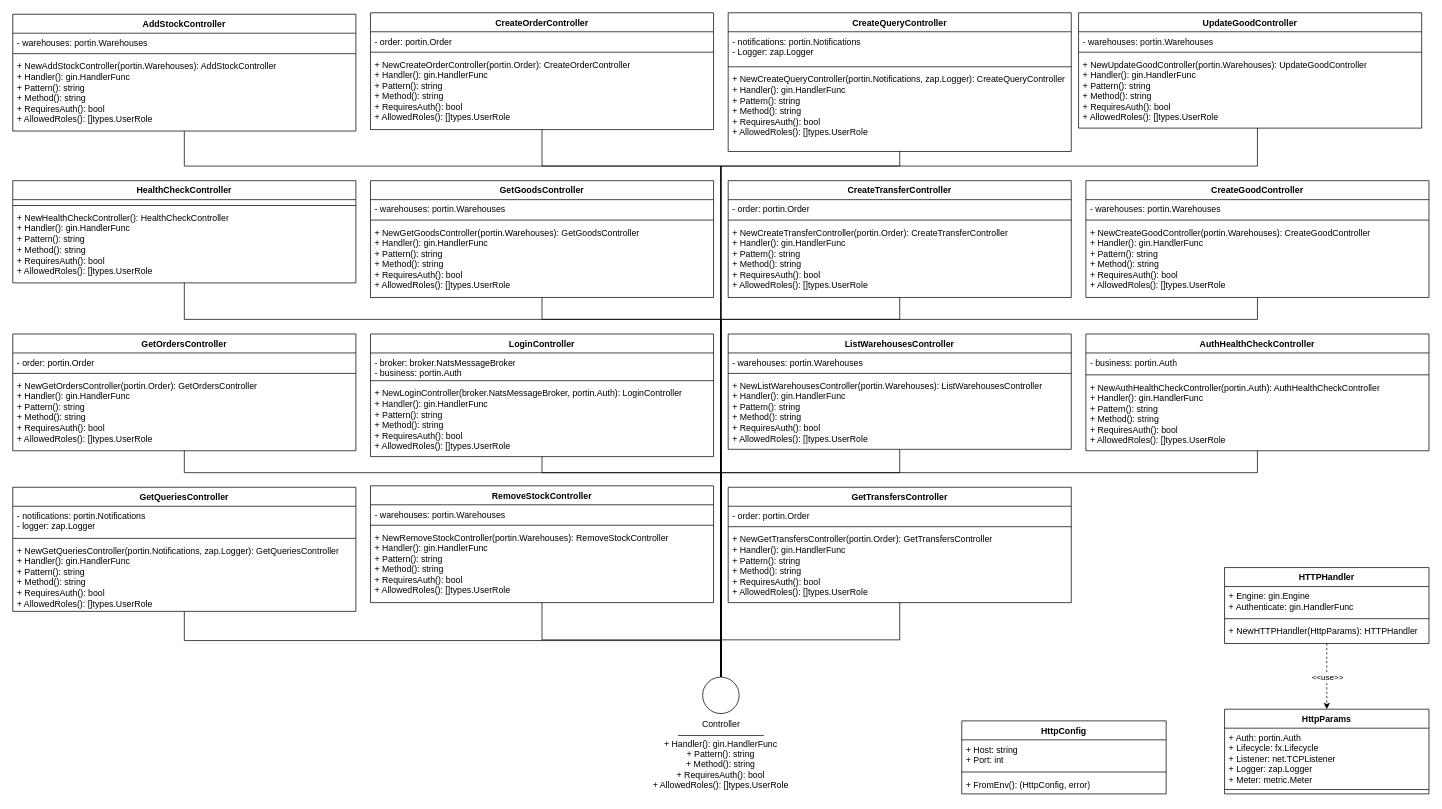
The draw.io diagram page "adapterin" (3 of 4) of assets/drawio/apigateway.drawio in alimitedgroup/alimitedgroup.github.io, before the edit. Source tidied: cells renumbered, new cells numbered last; positions are measured from the earlier drawing's top-left corner, leaving out a move shared by most shapes. Both pictures are drawn from the tidied source at 73%, with x=0, y=0 at pixel (12, 12).
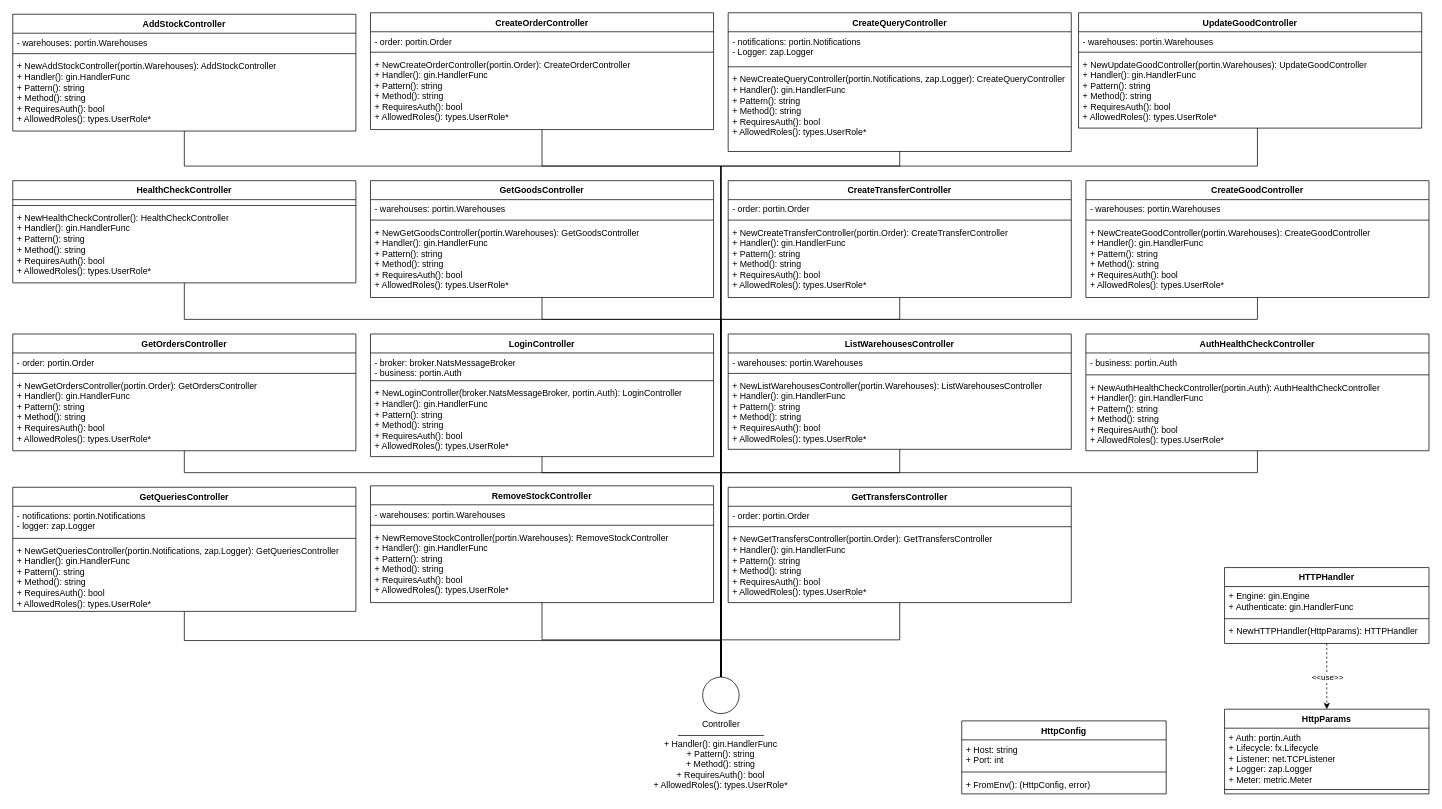
Above is the later version.

Commit message (it also covers changes not shown here):
fix array types in UML

The change refers to these unchanged cells:
```xml
<mxCell id="3" value="AddStockController" style="swimlane;fontStyle=1;align=center;verticalAlign=top;horizontal=1;startSize=26;whiteSpace=wrap;html=1;" parent="1" vertex="1">
  <mxGeometry y="2" width="470" height="160" as="geometry" />
</mxCell>
<mxCell id="8" value="CreateGoodController" style="swimlane;fontStyle=1;align=center;verticalAlign=top;horizontal=1;startSize=26;whiteSpace=wrap;html=1;" parent="1" vertex="1">
  <mxGeometry x="1470" y="230" width="470" height="160" as="geometry" />
</mxCell>
<mxCell id="13" value="CreateOrderController" style="swimlane;fontStyle=1;align=center;verticalAlign=top;horizontal=1;startSize=26;whiteSpace=wrap;html=1;" parent="1" vertex="1">
  <mxGeometry x="490" width="470" height="160" as="geometry" />
</mxCell>
<mxCell id="18" value="CreateQueryController" style="swimlane;fontStyle=1;align=center;verticalAlign=top;horizontal=1;startSize=26;whiteSpace=wrap;html=1;" parent="1" vertex="1">
  <mxGeometry x="980" width="470" height="190" as="geometry" />
</mxCell>
<mxCell id="23" value="CreateTransferController" style="swimlane;fontStyle=1;align=center;verticalAlign=top;horizontal=1;startSize=26;whiteSpace=wrap;html=1;" parent="1" vertex="1">
  <mxGeometry x="980" y="230" width="470" height="160" as="geometry" />
</mxCell>
<mxCell id="28" value="GetGoodsController" style="swimlane;fontStyle=1;align=center;verticalAlign=top;horizontal=1;startSize=26;whiteSpace=wrap;html=1;" parent="1" vertex="1">
  <mxGeometry x="490" y="230" width="470" height="160" as="geometry" />
</mxCell>
<mxCell id="33" value="HealthCheckController" style="swimlane;fontStyle=1;align=center;verticalAlign=top;horizontal=1;startSize=26;whiteSpace=wrap;html=1;" parent="1" vertex="1">
  <mxGeometry y="230" width="470" height="140" as="geometry" />
</mxCell>
<mxCell id="50" value="AuthHealthCheckController" style="swimlane;fontStyle=1;align=center;verticalAlign=top;horizontal=1;startSize=26;whiteSpace=wrap;html=1;" parent="1" vertex="1">
  <mxGeometry x="1470" y="440" width="470" height="160" as="geometry" />
</mxCell>
<mxCell id="55" value="ListWarehousesController" style="swimlane;fontStyle=1;align=center;verticalAlign=top;horizontal=1;startSize=26;whiteSpace=wrap;html=1;" parent="1" vertex="1">
  <mxGeometry x="980" y="440" width="470" height="158" as="geometry" />
</mxCell>
<mxCell id="60" value="LoginController" style="swimlane;fontStyle=1;align=center;verticalAlign=top;horizontal=1;startSize=26;whiteSpace=wrap;html=1;" parent="1" vertex="1">
  <mxGeometry x="490" y="440" width="470" height="168" as="geometry" />
</mxCell>
<mxCell id="65" value="GetOrdersController" style="swimlane;fontStyle=1;align=center;verticalAlign=top;horizontal=1;startSize=26;whiteSpace=wrap;html=1;" parent="1" vertex="1">
  <mxGeometry y="440" width="470" height="160" as="geometry" />
</mxCell>
<mxCell id="70" value="GetQueriesController" style="swimlane;fontStyle=1;align=center;verticalAlign=top;horizontal=1;startSize=26;whiteSpace=wrap;html=1;" parent="1" vertex="1">
  <mxGeometry y="650" width="470" height="170" as="geometry" />
</mxCell>
<mxCell id="75" value="RemoveStockController" style="swimlane;fontStyle=1;align=center;verticalAlign=top;horizontal=1;startSize=26;whiteSpace=wrap;html=1;" parent="1" vertex="1">
  <mxGeometry x="490" y="648" width="470" height="160" as="geometry" />
</mxCell>
<mxCell id="80" value="GetTransfersController" style="swimlane;fontStyle=1;align=center;verticalAlign=top;horizontal=1;startSize=26;whiteSpace=wrap;html=1;" parent="1" vertex="1">
  <mxGeometry x="980" y="650" width="470" height="158" as="geometry" />
</mxCell>
<mxCell id="85" value="UpdateGoodController" style="swimlane;fontStyle=1;align=center;verticalAlign=top;horizontal=1;startSize=26;whiteSpace=wrap;html=1;" parent="1" vertex="1">
  <mxGeometry x="1460" width="470" height="158" as="geometry" />
</mxCell>
```

Change to the diagram source:
```diff
@@
-    <mxCell id="6" value="+ NewAddStockController(portin.Warehouses): AddStockController&lt;br&gt;+ Handler(): gin.HandlerFunc&lt;br&gt;+ Pattern(): string&lt;br&gt;+ Method(): string&lt;br&gt;+ RequiresAuth(): bool&lt;br&gt;+ AllowedRoles(): []types.UserRole" style="text;strokeColor=none;fillColor=none;align=left;verticalAlign=top;spacingLeft=4;spacingRight=4;overflow=hidden;whiteSpace=wrap;html=1;" parent="3" vertex="1">
+    <mxCell id="6" value="+ NewAddStockController(portin.Warehouses): AddStockController&lt;br&gt;+ Handler(): gin.HandlerFunc&lt;br&gt;+ Pattern(): string&lt;br&gt;+ Method(): string&lt;br&gt;+ RequiresAuth(): bool&lt;br&gt;+ AllowedRoles(): types.UserRole*" style="text;strokeColor=none;fillColor=none;align=left;verticalAlign=top;spacingLeft=4;spacingRight=4;overflow=hidden;whiteSpace=wrap;html=1;" parent="3" vertex="1">
       <mxGeometry y="58" width="470" height="102" as="geometry" />
     </mxCell>
@@
-    <mxCell id="11" value="+ NewCreateGoodController(portin.Warehouses): CreateGoodController&lt;br&gt;+ Handler(): gin.HandlerFunc&lt;br&gt;+ Pattern(): string&lt;br&gt;+ Method(): string&lt;br&gt;+ RequiresAuth(): bool&lt;br&gt;+ AllowedRoles(): []types.UserRole" style="text;strokeColor=none;fillColor=none;align=left;verticalAlign=top;spacingLeft=4;spacingRight=4;overflow=hidden;whiteSpace=wrap;html=1;" parent="8" vertex="1">
+    <mxCell id="11" value="+ NewCreateGoodController(portin.Warehouses): CreateGoodController&lt;br&gt;+ Handler(): gin.HandlerFunc&lt;br&gt;+ Pattern(): string&lt;br&gt;+ Method(): string&lt;br&gt;+ RequiresAuth(): bool&lt;br&gt;+ AllowedRoles(): types.UserRole*" style="text;strokeColor=none;fillColor=none;align=left;verticalAlign=top;spacingLeft=4;spacingRight=4;overflow=hidden;whiteSpace=wrap;html=1;" parent="8" vertex="1">
       <mxGeometry y="58" width="470" height="102" as="geometry" />
     </mxCell>
@@
-    <mxCell id="16" value="+ NewCreateOrderController(portin.Order): CreateOrderController&lt;br&gt;+ Handler(): gin.HandlerFunc&lt;br&gt;+ Pattern(): string&lt;br&gt;+ Method(): string&lt;br&gt;+ RequiresAuth(): bool&lt;br&gt;+ AllowedRoles(): []types.UserRole" style="text;strokeColor=none;fillColor=none;align=left;verticalAlign=top;spacingLeft=4;spacingRight=4;overflow=hidden;whiteSpace=wrap;html=1;" parent="13" vertex="1">
+    <mxCell id="16" value="+ NewCreateOrderController(portin.Order): CreateOrderController&lt;br&gt;+ Handler(): gin.HandlerFunc&lt;br&gt;+ Pattern(): string&lt;br&gt;+ Method(): string&lt;br&gt;+ RequiresAuth(): bool&lt;br&gt;+ AllowedRoles(): types.UserRole*" style="text;strokeColor=none;fillColor=none;align=left;verticalAlign=top;spacingLeft=4;spacingRight=4;overflow=hidden;whiteSpace=wrap;html=1;" parent="13" vertex="1">
       <mxGeometry y="58" width="470" height="102" as="geometry" />
     </mxCell>
@@
-    <mxCell id="21" value="+ NewCreateQueryController(portin.Notifications, zap.Logger): CreateQueryController&lt;br&gt;+ Handler(): gin.HandlerFunc&lt;br&gt;+ Pattern(): string&lt;br&gt;+ Method(): string&lt;br&gt;+ RequiresAuth(): bool&lt;br&gt;+ AllowedRoles(): []types.UserRole" style="text;strokeColor=none;fillColor=none;align=left;verticalAlign=top;spacingLeft=4;spacingRight=4;overflow=hidden;whiteSpace=wrap;html=1;" parent="18" vertex="1">
+    <mxCell id="21" value="+ NewCreateQueryController(portin.Notifications, zap.Logger): CreateQueryController&lt;br&gt;+ Handler(): gin.HandlerFunc&lt;br&gt;+ Pattern(): string&lt;br&gt;+ Method(): string&lt;br&gt;+ RequiresAuth(): bool&lt;br&gt;+ AllowedRoles(): types.UserRole*" style="text;strokeColor=none;fillColor=none;align=left;verticalAlign=top;spacingLeft=4;spacingRight=4;overflow=hidden;whiteSpace=wrap;html=1;" parent="18" vertex="1">
       <mxGeometry y="78" width="470" height="112" as="geometry" />
     </mxCell>
@@
-    <mxCell id="26" value="+ NewCreateTransferController(portin.Order): CreateTransferController&lt;br&gt;+ Handler(): gin.HandlerFunc&lt;br&gt;+ Pattern(): string&lt;br&gt;+ Method(): string&lt;br&gt;+ RequiresAuth(): bool&lt;br&gt;+ AllowedRoles(): []types.UserRole" style="text;strokeColor=none;fillColor=none;align=left;verticalAlign=top;spacingLeft=4;spacingRight=4;overflow=hidden;whiteSpace=wrap;html=1;" parent="23" vertex="1">
+    <mxCell id="26" value="+ NewCreateTransferController(portin.Order): CreateTransferController&lt;br&gt;+ Handler(): gin.HandlerFunc&lt;br&gt;+ Pattern(): string&lt;br&gt;+ Method(): string&lt;br&gt;+ RequiresAuth(): bool&lt;br&gt;+ AllowedRoles(): types.UserRole*" style="text;strokeColor=none;fillColor=none;align=left;verticalAlign=top;spacingLeft=4;spacingRight=4;overflow=hidden;whiteSpace=wrap;html=1;" parent="23" vertex="1">
       <mxGeometry y="58" width="470" height="102" as="geometry" />
     </mxCell>
@@
-    <mxCell id="31" value="+ NewGetGoodsController(portin.Warehouses): GetGoodsController&lt;br&gt;+ Handler(): gin.HandlerFunc&lt;br&gt;+ Pattern(): string&lt;br&gt;+ Method(): string&lt;br&gt;+ RequiresAuth(): bool&lt;br&gt;+ AllowedRoles(): []types.UserRole" style="text;strokeColor=none;fillColor=none;align=left;verticalAlign=top;spacingLeft=4;spacingRight=4;overflow=hidden;whiteSpace=wrap;html=1;" parent="28" vertex="1">
+    <mxCell id="31" value="+ NewGetGoodsController(portin.Warehouses): GetGoodsController&lt;br&gt;+ Handler(): gin.HandlerFunc&lt;br&gt;+ Pattern(): string&lt;br&gt;+ Method(): string&lt;br&gt;+ RequiresAuth(): bool&lt;br&gt;+ AllowedRoles(): types.UserRole*" style="text;strokeColor=none;fillColor=none;align=left;verticalAlign=top;spacingLeft=4;spacingRight=4;overflow=hidden;whiteSpace=wrap;html=1;" parent="28" vertex="1">
       <mxGeometry y="58" width="470" height="102" as="geometry" />
     </mxCell>
@@
-    <mxCell id="36" value="+ NewHealthCheckController(): HealthCheckController&lt;br&gt;+ Handler(): gin.HandlerFunc&lt;br&gt;+ Pattern(): string&lt;br&gt;+ Method(): string&lt;br&gt;+ RequiresAuth(): bool&lt;br&gt;+ AllowedRoles(): []types.UserRole" style="text;strokeColor=none;fillColor=none;align=left;verticalAlign=top;spacingLeft=4;spacingRight=4;overflow=hidden;whiteSpace=wrap;html=1;" parent="33" vertex="1">
+    <mxCell id="36" value="+ NewHealthCheckController(): HealthCheckController&lt;br&gt;+ Handler(): gin.HandlerFunc&lt;br&gt;+ Pattern(): string&lt;br&gt;+ Method(): string&lt;br&gt;+ RequiresAuth(): bool&lt;br&gt;+ AllowedRoles(): types.UserRole*" style="text;strokeColor=none;fillColor=none;align=left;verticalAlign=top;spacingLeft=4;spacingRight=4;overflow=hidden;whiteSpace=wrap;html=1;" parent="33" vertex="1">
       <mxGeometry y="38" width="470" height="102" as="geometry" />
     </mxCell>
@@
-    <mxCell id="53" value="+ NewAuthHealthCheckController(portin.Auth): AuthHealthCheckController&lt;br&gt;+ Handler(): gin.HandlerFunc&lt;br&gt;+ Pattern(): string&lt;br&gt;+ Method(): string&lt;br&gt;+ RequiresAuth(): bool&lt;br&gt;+ AllowedRoles(): []types.UserRole" style="text;strokeColor=none;fillColor=none;align=left;verticalAlign=top;spacingLeft=4;spacingRight=4;overflow=hidden;whiteSpace=wrap;html=1;" parent="50" vertex="1">
+    <mxCell id="53" value="+ NewAuthHealthCheckController(portin.Auth): AuthHealthCheckController&lt;br&gt;+ Handler(): gin.HandlerFunc&lt;br&gt;+ Pattern(): string&lt;br&gt;+ Method(): string&lt;br&gt;+ RequiresAuth(): bool&lt;br&gt;+ AllowedRoles(): types.UserRole*" style="text;strokeColor=none;fillColor=none;align=left;verticalAlign=top;spacingLeft=4;spacingRight=4;overflow=hidden;whiteSpace=wrap;html=1;" parent="50" vertex="1">
       <mxGeometry y="60" width="470" height="100" as="geometry" />
     </mxCell>
@@
-    <mxCell id="58" value="+ NewListWarehousesController(portin.Warehouses): ListWarehousesController&lt;br&gt;+ Handler(): gin.HandlerFunc&lt;br&gt;+ Pattern(): string&lt;br&gt;+ Method(): string&lt;br&gt;+ RequiresAuth(): bool&lt;br&gt;+ AllowedRoles(): []types.UserRole" style="text;strokeColor=none;fillColor=none;align=left;verticalAlign=top;spacingLeft=4;spacingRight=4;overflow=hidden;whiteSpace=wrap;html=1;" parent="55" vertex="1">
+    <mxCell id="58" value="+ NewListWarehousesController(portin.Warehouses): ListWarehousesController&lt;br&gt;+ Handler(): gin.HandlerFunc&lt;br&gt;+ Pattern(): string&lt;br&gt;+ Method(): string&lt;br&gt;+ RequiresAuth(): bool&lt;br&gt;+ AllowedRoles(): types.UserRole*" style="text;strokeColor=none;fillColor=none;align=left;verticalAlign=top;spacingLeft=4;spacingRight=4;overflow=hidden;whiteSpace=wrap;html=1;" parent="55" vertex="1">
       <mxGeometry y="58" width="470" height="100" as="geometry" />
     </mxCell>
@@
-    <mxCell id="63" value="+ NewLoginController(broker.NatsMessageBroker, portin.Auth): LoginController&lt;br&gt;+ Handler(): gin.HandlerFunc&lt;br&gt;+ Pattern(): string&lt;br&gt;+ Method(): string&lt;br&gt;+ RequiresAuth(): bool&lt;br&gt;+ AllowedRoles(): []types.UserRole" style="text;strokeColor=none;fillColor=none;align=left;verticalAlign=top;spacingLeft=4;spacingRight=4;overflow=hidden;whiteSpace=wrap;html=1;" parent="60" vertex="1">
+    <mxCell id="63" value="+ NewLoginController(broker.NatsMessageBroker, portin.Auth): LoginController&lt;br&gt;+ Handler(): gin.HandlerFunc&lt;br&gt;+ Pattern(): string&lt;br&gt;+ Method(): string&lt;br&gt;+ RequiresAuth(): bool&lt;br&gt;+ AllowedRoles(): types.UserRole*" style="text;strokeColor=none;fillColor=none;align=left;verticalAlign=top;spacingLeft=4;spacingRight=4;overflow=hidden;whiteSpace=wrap;html=1;" parent="60" vertex="1">
       <mxGeometry y="68" width="470" height="100" as="geometry" />
     </mxCell>
@@
-    <mxCell id="68" value="+ NewGetOrdersController(portin.Order): GetOrdersController&lt;br&gt;+ Handler(): gin.HandlerFunc&lt;br&gt;+ Pattern(): string&lt;br&gt;+ Method(): string&lt;br&gt;+ RequiresAuth(): bool&lt;br&gt;+ AllowedRoles(): []types.UserRole" style="text;strokeColor=none;fillColor=none;align=left;verticalAlign=top;spacingLeft=4;spacingRight=4;overflow=hidden;whiteSpace=wrap;html=1;" parent="65" vertex="1">
+    <mxCell id="68" value="+ NewGetOrdersController(portin.Order): GetOrdersController&lt;br&gt;+ Handler(): gin.HandlerFunc&lt;br&gt;+ Pattern(): string&lt;br&gt;+ Method(): string&lt;br&gt;+ RequiresAuth(): bool&lt;br&gt;+ AllowedRoles(): types.UserRole*" style="text;strokeColor=none;fillColor=none;align=left;verticalAlign=top;spacingLeft=4;spacingRight=4;overflow=hidden;whiteSpace=wrap;html=1;" parent="65" vertex="1">
       <mxGeometry y="58" width="470" height="102" as="geometry" />
     </mxCell>
@@
-    <mxCell id="73" value="+ NewGetQueriesController(portin.Notifications, zap.Logger): GetQueriesController&lt;br&gt;+ Handler(): gin.HandlerFunc&lt;br&gt;+ Pattern(): string&lt;br&gt;+ Method(): string&lt;br&gt;+ RequiresAuth(): bool&lt;br&gt;+ AllowedRoles(): []types.UserRole" style="text;strokeColor=none;fillColor=none;align=left;verticalAlign=top;spacingLeft=4;spacingRight=4;overflow=hidden;whiteSpace=wrap;html=1;" parent="70" vertex="1">
+    <mxCell id="73" value="+ NewGetQueriesController(portin.Notifications, zap.Logger): GetQueriesController&lt;br&gt;+ Handler(): gin.HandlerFunc&lt;br&gt;+ Pattern(): string&lt;br&gt;+ Method(): string&lt;br&gt;+ RequiresAuth(): bool&lt;br&gt;+ AllowedRoles(): types.UserRole*" style="text;strokeColor=none;fillColor=none;align=left;verticalAlign=top;spacingLeft=4;spacingRight=4;overflow=hidden;whiteSpace=wrap;html=1;" parent="70" vertex="1">
       <mxGeometry y="74" width="470" height="96" as="geometry" />
     </mxCell>
@@
-    <mxCell id="78" value="+ NewRemoveStockController(portin.Warehouses): RemoveStockController&lt;br&gt;+ Handler(): gin.HandlerFunc&lt;br&gt;+ Pattern(): string&lt;br&gt;+ Method(): string&lt;br&gt;+ RequiresAuth(): bool&lt;br&gt;+ AllowedRoles(): []types.UserRole" style="text;strokeColor=none;fillColor=none;align=left;verticalAlign=top;spacingLeft=4;spacingRight=4;overflow=hidden;whiteSpace=wrap;html=1;" parent="75" vertex="1">
+    <mxCell id="78" value="+ NewRemoveStockController(portin.Warehouses): RemoveStockController&lt;br&gt;+ Handler(): gin.HandlerFunc&lt;br&gt;+ Pattern(): string&lt;br&gt;+ Method(): string&lt;br&gt;+ RequiresAuth(): bool&lt;br&gt;+ AllowedRoles(): types.UserRole*" style="text;strokeColor=none;fillColor=none;align=left;verticalAlign=top;spacingLeft=4;spacingRight=4;overflow=hidden;whiteSpace=wrap;html=1;" parent="75" vertex="1">
       <mxGeometry y="58" width="470" height="102" as="geometry" />
     </mxCell>
@@
-    <mxCell id="83" value="+ NewGetTransfersController(portin.Order): GetTransfersController&lt;br&gt;+ Handler(): gin.HandlerFunc&lt;br&gt;+ Pattern(): string&lt;br&gt;+ Method(): string&lt;br&gt;+ RequiresAuth(): bool&lt;br&gt;+ AllowedRoles(): []types.UserRole" style="text;strokeColor=none;fillColor=none;align=left;verticalAlign=top;spacingLeft=4;spacingRight=4;overflow=hidden;whiteSpace=wrap;html=1;" parent="80" vertex="1">
+    <mxCell id="83" value="+ NewGetTransfersController(portin.Order): GetTransfersController&lt;br&gt;+ Handler(): gin.HandlerFunc&lt;br&gt;+ Pattern(): string&lt;br&gt;+ Method(): string&lt;br&gt;+ RequiresAuth(): bool&lt;br&gt;+ AllowedRoles(): types.UserRole*" style="text;strokeColor=none;fillColor=none;align=left;verticalAlign=top;spacingLeft=4;spacingRight=4;overflow=hidden;whiteSpace=wrap;html=1;" parent="80" vertex="1">
       <mxGeometry y="58" width="470" height="100" as="geometry" />
     </mxCell>
@@
-    <mxCell id="88" value="+ NewUpdateGoodController(portin.Warehouses): UpdateGoodController&lt;br&gt;+ Handler(): gin.HandlerFunc&lt;br&gt;+ Pattern(): string&lt;br&gt;+ Method(): string&lt;br&gt;+ RequiresAuth(): bool&lt;br&gt;+ AllowedRoles(): []types.UserRole" style="text;strokeColor=none;fillColor=none;align=left;verticalAlign=top;spacingLeft=4;spacingRight=4;overflow=hidden;whiteSpace=wrap;html=1;" parent="85" vertex="1">
+    <mxCell id="88" value="+ NewUpdateGoodController(portin.Warehouses): UpdateGoodController&lt;br&gt;+ Handler(): gin.HandlerFunc&lt;br&gt;+ Pattern(): string&lt;br&gt;+ Method(): string&lt;br&gt;+ RequiresAuth(): bool&lt;br&gt;+ AllowedRoles(): types.UserRole*" style="text;strokeColor=none;fillColor=none;align=left;verticalAlign=top;spacingLeft=4;spacingRight=4;overflow=hidden;whiteSpace=wrap;html=1;" parent="85" vertex="1">
       <mxGeometry y="58" width="470" height="100" as="geometry" />
     </mxCell>
@@
-    <mxCell id="92" value="+ Handler(): gin.HandlerFunc&lt;br&gt;+ Pattern(): string&lt;br&gt;+ Method(): string&lt;br&gt;+ RequiresAuth(): bool&lt;br&gt;+ AllowedRoles(): []types.UserRole" style="text;html=1;align=center;verticalAlign=middle;whiteSpace=wrap;rounded=0;" parent="1" vertex="1">
+    <mxCell id="92" value="+ Handler(): gin.HandlerFunc&lt;br&gt;+ Pattern(): string&lt;br&gt;+ Method(): string&lt;br&gt;+ RequiresAuth(): bool&lt;br&gt;+ AllowedRoles(): types.UserRole*" style="text;html=1;align=center;verticalAlign=middle;whiteSpace=wrap;rounded=0;" parent="1" vertex="1">
       <mxGeometry x="870" y="990" width="200" height="80" as="geometry" />
     </mxCell>
```
